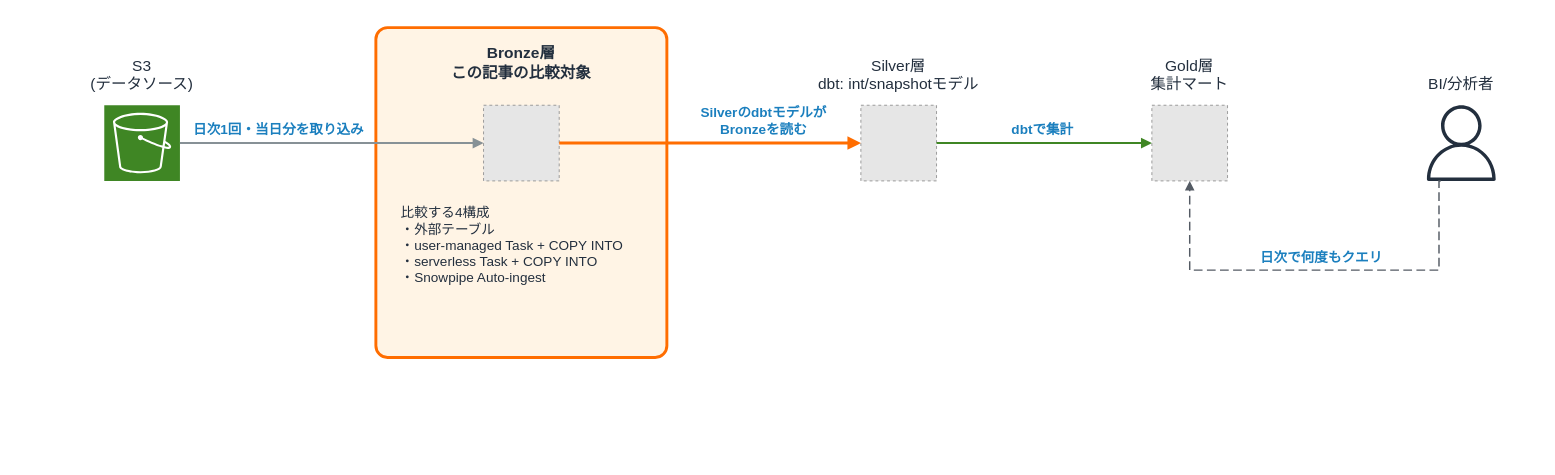
Before: 71_snowflake_ingestion_cost_bench/architecture_premise.drawio in cm-yoshikikasama/blog_code, a draw.io diagram. Source tidied: cells renumbered, new cells numbered last; positions are measured from the earlier drawing's top-left corner, leaving out a move shared by most shapes. Both pictures are drawn from the tidied source at 97%, with x=0, y=0 at pixel (64, 27). Pictures stored in the file or linked from it are replaced by grey dashed boxes.
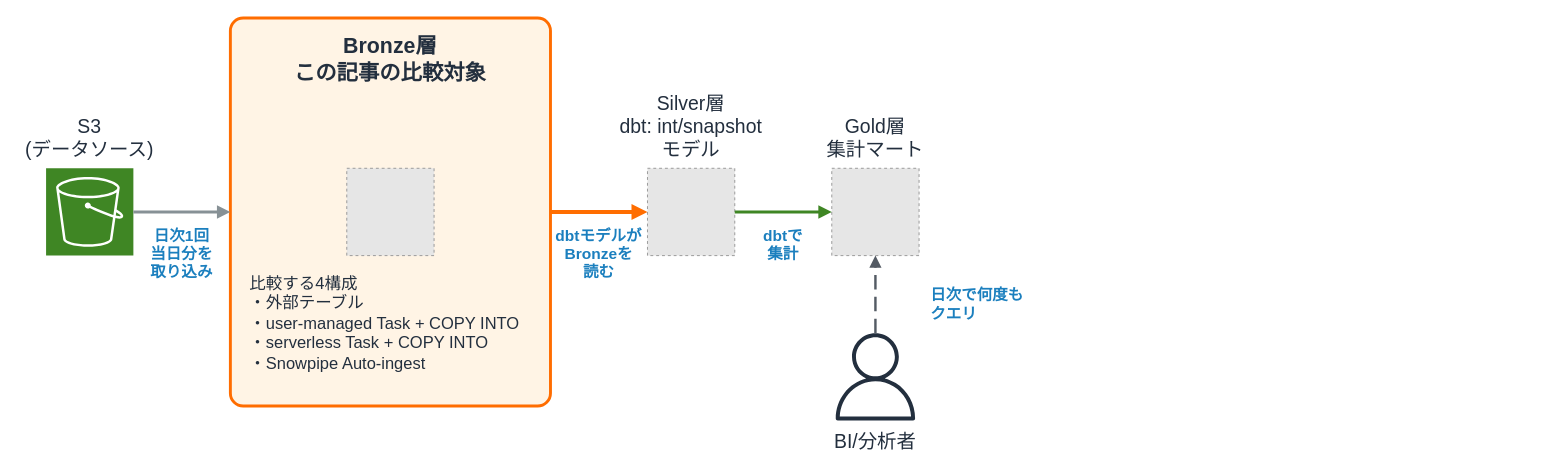
The same diagram, later.

Commit message (it also covers changes not shown here):
chore(71_snowflake_ingestion_cost_bench): enlarge architecture diagram and remove empty blog.md

Redraw architecture_premise.drawio with a narrower canvas and larger
labels so it stays readable at blog width. Remove the empty blog.md
that was committed by mistake; articles are not kept in this repo.

Diff of the diagram source:
```diff
@@
     <mxCell id="2" style="rounded=1;arcSize=4;fillColor=#FFF4E5;strokeColor=#FF6D00;strokeWidth=3;dashed=0;" parent="1" vertex="1">
-      <mxGeometry x="321" width="300" height="340" as="geometry" />
+      <mxGeometry x="171" y="-10" width="330" height="400" as="geometry" />
     </mxCell>
     <mxCell id="3" style="sketch=0;points=[[0,0,0],[0.25,0,0],[0.5,0,0],[0.75,0,0],[1,0,0],[0,1,0],[0.25,1,0],[0.5,1,0],[0.75,1,0],[1,1,0],[0,0.25,0],[0,0.5,0],[0,0.75,0],[1,0.25,0],[1,0.5,0],[1,0.75,0]];outlineConnect=0;fontColor=#232F3E;fillColor=#3F8624;strokeColor=#ffffff;dashed=0;html=1;shape=mxgraph.aws4.resourceIcon;resIcon=mxgraph.aws4.s3;" parent="1" vertex="1">
-      <mxGeometry x="41" y="80" width="78" height="78" as="geometry" />
+      <mxGeometry x="-19" y="145" width="90" height="90" as="geometry" />
     </mxCell>
-    <mxCell id="4" value="S3&#10;(データソース)" style="text;html=1;whiteSpace=wrap;fontColor=#232F3E;fontSize=16;align=center;verticalAlign=bottom;" parent="1" vertex="1">
-      <mxGeometry y="20" width="160" height="50" as="geometry" />
+    <mxCell id="4" value="S3&#10;(データソース)" style="text;html=1;whiteSpace=wrap;fontColor=#232F3E;fontSize=20;align=center;verticalAlign=bottom;" parent="1" vertex="1">
+      <mxGeometry x="-49" y="65" width="150" height="75" as="geometry" />
     </mxCell>
     <mxCell id="5" style="fillColor=#E6E6E6;strokeColor=#999999;dashed=1;html=1;" parent="1" vertex="1">
-      <mxGeometry x="432" y="80" width="78" height="78" as="geometry" />
+      <mxGeometry x="291" y="145" width="90" height="90" as="geometry" />
     </mxCell>
-    <mxCell id="6" value="Bronze層&#10;この記事の比較対象" style="text;html=1;whiteSpace=wrap;fontColor=#232F3E;fontSize=16;align=center;verticalAlign=middle;fontStyle=1;" parent="1" vertex="1">
-      <mxGeometry x="333" y="8" width="276" height="56" as="geometry" />
+    <mxCell id="6" value="Bronze層&#10;この記事の比較対象" style="text;html=1;whiteSpace=wrap;fontColor=#232F3E;fontSize=22;align=center;verticalAlign=middle;fontStyle=1;" parent="1" vertex="1">
+      <mxGeometry x="181" y="-2" width="310" height="70" as="geometry" />
     </mxCell>
-    <mxCell id="7" value="比較する4構成&#10;・外部テーブル&#10;・user-managed Task + COPY INTO&#10;・serverless Task + COPY INTO&#10;・Snowpipe Auto-ingest" style="text;html=1;whiteSpace=wrap;fontColor=#232F3E;fontSize=16;align=left;verticalAlign=top;fontSize=14;spacingLeft=8;" parent="1" vertex="1">
-      <mxGeometry x="337" y="176" width="272" height="150" as="geometry" />
+    <mxCell id="7" value="比較する4構成&#10;・外部テーブル&#10;・user-managed Task + COPY INTO&#10;・serverless Task + COPY INTO&#10;・Snowpipe Auto-ingest" style="text;html=1;whiteSpace=wrap;fontColor=#232F3E;fontSize=17;align=left;verticalAlign=top;spacingLeft=6;" parent="1" vertex="1">
+      <mxGeometry x="183" y="248" width="310" height="138" as="geometry" />
     </mxCell>
     <mxCell id="8" style="fillColor=#E6E6E6;strokeColor=#999999;dashed=1;html=1;" parent="1" vertex="1">
-      <mxGeometry x="821" y="80" width="78" height="78" as="geometry" />
+      <mxGeometry x="601" y="145" width="90" height="90" as="geometry" />
     </mxCell>
-    <mxCell id="9" value="Silver層&#10;dbt: int/snapshotモデル" style="text;html=1;whiteSpace=wrap;fontColor=#232F3E;fontSize=16;align=center;verticalAlign=bottom;" parent="1" vertex="1">
-      <mxGeometry x="760" y="10" width="200" height="60" as="geometry" />
+    <mxCell id="9" value="Silver層&#10;dbt: int/snapshot&#10;モデル" style="text;html=1;whiteSpace=wrap;fontColor=#232F3E;fontSize=20;align=center;verticalAlign=bottom;" parent="1" vertex="1">
+      <mxGeometry x="541" y="50" width="210" height="90" as="geometry" />
     </mxCell>
     <mxCell id="10" style="fillColor=#E6E6E6;strokeColor=#999999;dashed=1;html=1;" parent="1" vertex="1">
-      <mxGeometry x="1121" y="80" width="78" height="78" as="geometry" />
+      <mxGeometry x="791" y="145" width="90" height="90" as="geometry" />
     </mxCell>
-    <mxCell id="11" value="Gold層&#10;集計マート" style="text;html=1;whiteSpace=wrap;fontColor=#232F3E;fontSize=16;align=center;verticalAlign=bottom;" parent="1" vertex="1">
-      <mxGeometry x="1060" y="10" width="200" height="60" as="geometry" />
+    <mxCell id="11" value="Gold層&#10;集計マート" style="text;html=1;whiteSpace=wrap;fontColor=#232F3E;fontSize=20;align=center;verticalAlign=bottom;" parent="1" vertex="1">
+      <mxGeometry x="741" y="50" width="190" height="90" as="geometry" />
     </mxCell>
     <mxCell id="12" style="sketch=0;points=[[0,0,0],[0.25,0,0],[0.5,0,0],[0.75,0,0],[1,0,0],[0,1,0],[0.25,1,0],[0.5,1,0],[0.75,1,0],[1,1,0],[0,0.25,0],[0,0.5,0],[0,0.75,0],[1,0.25,0],[1,0.5,0],[1,0.75,0]];outlineConnect=0;fontColor=#232F3E;gradientColor=none;fillColor=#232F3E;strokeColor=none;dashed=0;html=1;shape=mxgraph.aws4.user;" parent="1" vertex="1">
-      <mxGeometry x="1401" y="80" width="78" height="78" as="geometry" />
+      <mxGeometry x="791" y="315" width="90" height="90" as="geometry" />
     </mxCell>
-    <mxCell id="13" value="BI/分析者" style="text;html=1;whiteSpace=wrap;fontColor=#232F3E;fontSize=16;align=center;verticalAlign=bottom;" parent="1" vertex="1">
-      <mxGeometry x="1360" y="20" width="160" height="50" as="geometry" />
+    <mxCell id="13" value="BI/分析者" style="text;html=1;whiteSpace=wrap;fontColor=#232F3E;fontSize=20;align=center;verticalAlign=top;" parent="1" vertex="1">
+      <mxGeometry x="741" y="408" width="190" height="36" as="geometry" />
     </mxCell>
-    <mxCell id="14" style="edgeStyle=orthogonalEdgeStyle;rounded=0;html=1;endArrow=block;endFill=1;exitX=1;exitY=0.5;entryX=0;entryY=0.5;strokeColor=#879196;strokeWidth=2;" parent="1" edge="1" source="3" target="5">
+    <mxCell id="14" style="edgeStyle=orthogonalEdgeStyle;rounded=0;html=1;endArrow=block;endFill=1;exitX=1;exitY=0.5;entryX=0;entryY=0.5;strokeColor=#879196;strokeWidth=3;" parent="1" edge="1" source="3" target="2">
       <mxGeometry relative="1" as="geometry" />
     </mxCell>
-    <mxCell id="15" style="edgeStyle=orthogonalEdgeStyle;rounded=0;html=1;endArrow=block;endFill=1;exitX=1;exitY=0.5;entryX=0;entryY=0.5;strokeColor=#FF6D00;strokeWidth=3;" parent="1" edge="1" source="5" target="8">
+    <mxCell id="15" style="edgeStyle=orthogonalEdgeStyle;rounded=0;html=1;endArrow=block;endFill=1;exitX=1;exitY=0.5;entryX=0;entryY=0.5;strokeColor=#FF6D00;strokeWidth=4;" parent="1" edge="1" source="2" target="8">
       <mxGeometry relative="1" as="geometry" />
     </mxCell>
-    <mxCell id="16" style="edgeStyle=orthogonalEdgeStyle;rounded=0;html=1;endArrow=block;endFill=1;exitX=1;exitY=0.5;entryX=0;entryY=0.5;strokeColor=#3F8624;strokeWidth=2;" parent="1" edge="1" source="8" target="10">
+    <mxCell id="16" style="edgeStyle=orthogonalEdgeStyle;rounded=0;html=1;endArrow=block;endFill=1;exitX=1;exitY=0.5;entryX=0;entryY=0.5;strokeColor=#3F8624;strokeWidth=3;" parent="1" edge="1" source="8" target="10">
       <mxGeometry relative="1" as="geometry" />
     </mxCell>
-    <mxCell id="17" style="edgeStyle=orthogonalEdgeStyle;rounded=0;html=1;endArrow=block;endFill=1;exitX=0.2;exitY=1;entryX=0.5;entryY=1;strokeColor=#545B64;strokeWidth=1.5;dashed=1;dashPattern=6 3;" parent="1" edge="1" source="12" target="10">
-      <mxGeometry relative="1" as="geometry">
-        <Array as="points">
-          <mxPoint x="1417" y="250" />
-          <mxPoint x="1160" y="250" />
-        </Array>
-      </mxGeometry>
+    <mxCell id="17" style="edgeStyle=orthogonalEdgeStyle;rounded=0;html=1;endArrow=block;endFill=1;exitX=0.5;exitY=0;entryX=0.5;entryY=1;dashed=1;dashPattern=6 3;strokeColor=#545B64;strokeWidth=2.5;" parent="1" edge="1" source="12" target="10">
+      <mxGeometry relative="1" as="geometry" />
     </mxCell>
-    <mxCell id="18" value="日次1回・当日分を取り込み" style="text;html=1;whiteSpace=wrap;fontColor=#232F3E;fontSize=16;fontSize=14;fontColor=#1B7FBE;fontStyle=1;align=center;verticalAlign=bottom;" parent="1" vertex="1">
-      <mxGeometry x="126" y="72" width="190" height="44" as="geometry" />
+    <mxCell id="18" value="日次1回&#10;当日分を&#10;取り込み" style="text;html=1;whiteSpace=wrap;fontColor=#232F3E;fontSize=16;align=center;verticalAlign=top;fontColor=#1B7FBE;fontStyle=1;" parent="1" vertex="1">
+      <mxGeometry x="69" y="198" width="104" height="75" as="geometry" />
     </mxCell>
-    <mxCell id="19" value="Silverのdbtモデルが&#10;Bronzeを読む" style="text;html=1;whiteSpace=wrap;fontColor=#232F3E;fontSize=16;fontSize=14;fontColor=#1B7FBE;fontStyle=1;align=center;verticalAlign=bottom;" parent="1" vertex="1">
-      <mxGeometry x="626" y="72" width="190" height="44" as="geometry" />
+    <mxCell id="19" value="dbtモデルが&#10;Bronzeを&#10;読む" style="text;html=1;whiteSpace=wrap;fontColor=#232F3E;fontSize=16;align=center;verticalAlign=top;fontColor=#1B7FBE;fontStyle=1;" parent="1" vertex="1">
+      <mxGeometry x="499" y="198" width="104" height="75" as="geometry" />
     </mxCell>
-    <mxCell id="20" value="dbtで集計" style="text;html=1;whiteSpace=wrap;fontColor=#232F3E;fontSize=16;fontSize=14;fontColor=#1B7FBE;fontStyle=1;align=center;verticalAlign=bottom;" parent="1" vertex="1">
-      <mxGeometry x="906" y="72" width="205" height="44" as="geometry" />
+    <mxCell id="20" value="dbtで&#10;集計" style="text;html=1;whiteSpace=wrap;fontColor=#232F3E;fontSize=16;align=center;verticalAlign=top;fontColor=#1B7FBE;fontStyle=1;" parent="1" vertex="1">
+      <mxGeometry x="689" y="198" width="104" height="75" as="geometry" />
     </mxCell>
-    <mxCell id="21" value="日次で何度もクエリ" style="text;html=1;whiteSpace=wrap;fontColor=#232F3E;fontSize=16;fontSize=14;fontColor=#1B7FBE;fontStyle=1;align=center;verticalAlign=bottom;" parent="1" vertex="1">
-      <mxGeometry x="1201" y="224" width="190" height="24" as="geometry" />
+    <mxCell id="21" value="日次で何度も&#10;クエリ" style="text;html=1;whiteSpace=wrap;fontColor=#232F3E;fontSize=16;align=left;verticalAlign=middle;fontColor=#1B7FBE;fontStyle=1;" parent="1" vertex="1">
+      <mxGeometry x="891" y="260" width="100" height="50" as="geometry" />
     </mxCell>
```
